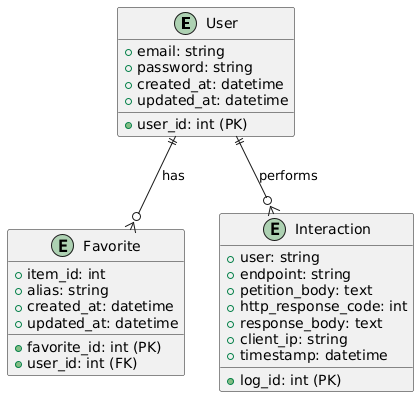
Earlier version of the PlantUML export er.png (catu52/laravel-test). Its diagram source:
```plantuml
@startuml
entity User {
  +user_id: int (PK)
  +email: string
  +password: string
  +created_at: datetime
  +updated_at: datetime
}

entity Favorite {
  +favorite_id: int (PK)
  +user_id: int (FK)
  +item_id: int
  +alias: string
  +created_at: datetime
  +updated_at: datetime
}

entity Interaction {
  +log_id: int (PK)
  +user: string
  +endpoint: string
  +petition_body: text
  +http_response_code: int
  +response_body: text
  +client_ip: string
  +timestamp: datetime
}

User ||--o{ Favorite : has
User ||--o{ Interaction : performs
@enduml
```
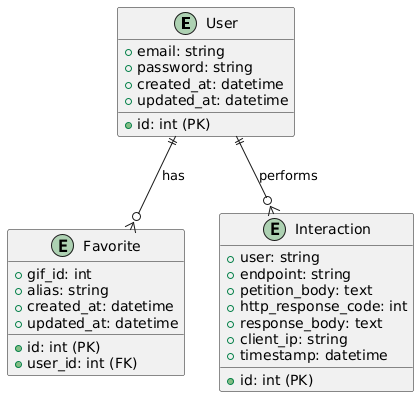
The same file after the commit.

The edit, as a diff of the source:
```diff
@@ -1,6 +1,6 @@
 @startuml
 entity User {
-  +user_id: int (PK)
+  +id: int (PK)
   +email: string
   +password: string
   +created_at: datetime
@@ -8,16 +8,16 @@
 }
 
 entity Favorite {
-  +favorite_id: int (PK)
+  +id: int (PK)
   +user_id: int (FK)
-  +item_id: int
+  +gif_id: int
   +alias: string
   +created_at: datetime
   +updated_at: datetime
 }
 
 entity Interaction {
-  +log_id: int (PK)
+  +id: int (PK)
   +user: string
   +endpoint: string
   +petition_body: text
```
